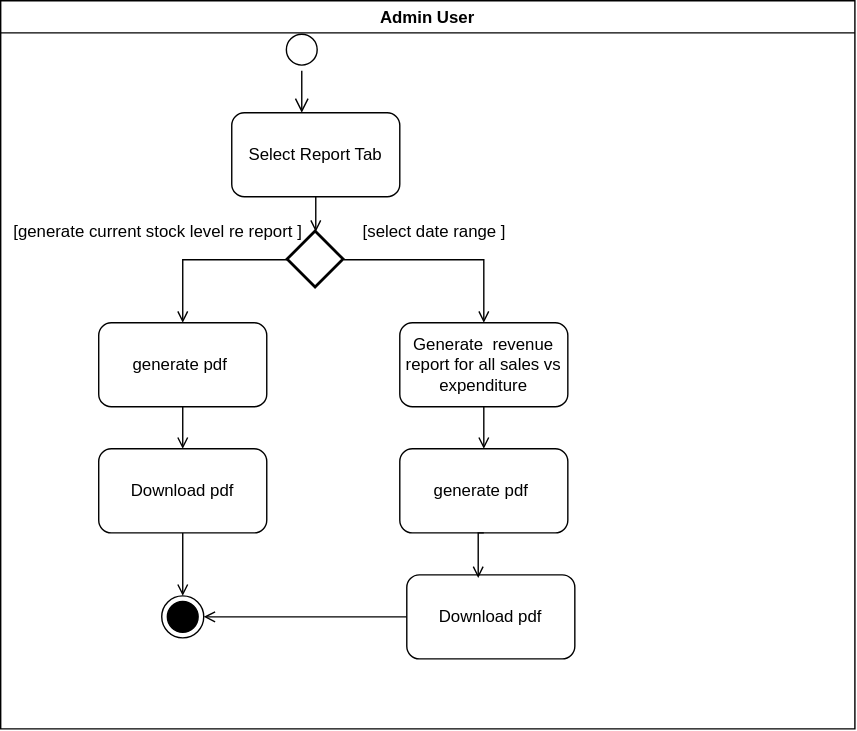
The draw.io diagram Documentation/Activity Diagrams/Reports&Analytics.drawio.svg in itudevs/SkinzoneNaturelAdmin, before a commit. Source tidied: cells renumbered, new cells last; positions are measured from the earlier drawing's top-left corner, leaving out a move shared by most shapes.
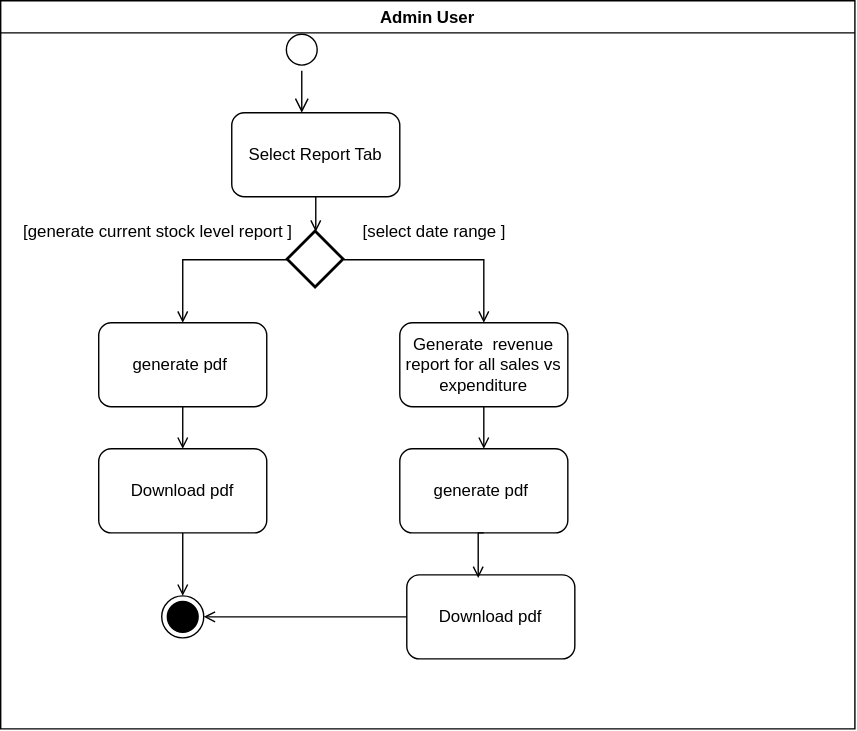
The same diagram one commit later.

The edit, as a diff of the source:
```diff
@@ -33,7 +33,7 @@
     <mxCell id="9" style="edgeStyle=orthogonalEdgeStyle;rounded=0;jettySize=auto;html=1;exitX=0.5;exitY=1;exitDx=0;exitDy=0;entryX=0.5;entryY=0;entryDx=0;entryDy=0;entryPerimeter=0;defaultLabelBackgroundColor=page;endArrow=open;endFill=0;" parent="4" edge="1" source="5" target="8">
       <mxGeometry relative="1" as="geometry" />
     </mxCell>
-    <mxCell id="10" value="[generate current stock level re report ]" style="text;html=1;whiteSpace=wrap;strokeColor=none;fillColor=none;align=center;verticalAlign=middle;rounded=0;" parent="4" vertex="1">
+    <mxCell id="10" value="[generate current stock level report ]" style="text;html=1;whiteSpace=wrap;strokeColor=none;fillColor=none;align=center;verticalAlign=middle;rounded=0;" parent="4" vertex="1">
       <mxGeometry y="150" width="225" height="30" as="geometry" />
     </mxCell>
     <mxCell id="11" value="[select date range ]" style="text;html=1;whiteSpace=wrap;strokeColor=none;fillColor=none;align=center;verticalAlign=middle;rounded=0;" parent="4" vertex="1">
```
